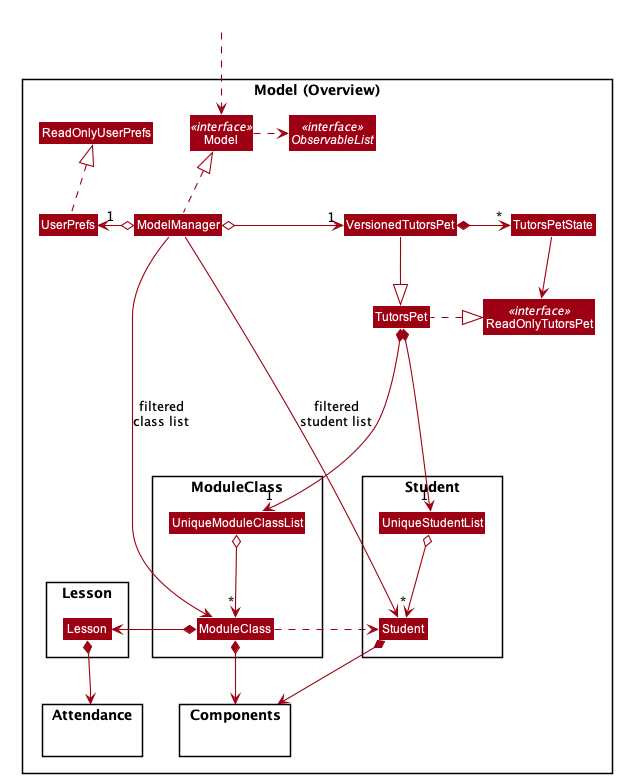
The PlantUML diagram docs/images/ModelClassDiagram.png in ypinhsuan/tp, before a commit.
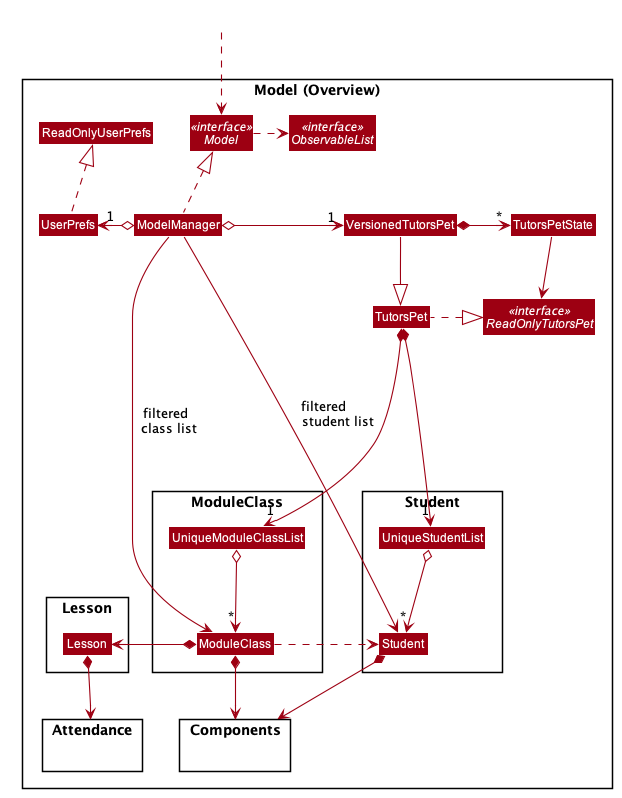
Later version of the same file.

What changed in the source:
```diff
@@ -52,13 +52,11 @@
 skinparam classBackgroundColor #9D0012
 
 Package "Model (Overview)" <<Rectangle>>{
-Interface ReadOnlyTutorsPet <<interface>>
+Interface "ReadOnlyTutorsPet" <<interface>>
 Interface Model <<interface>>
 Interface ObservableList <<interface>>
 Class TutorsPet
 Class VersionedTutorsPet
-Class ReadOnlyTutorsPet
-Class Model
 Class ModelManager
 Class UserPrefs
 Class ReadOnlyUserPrefs
@@ -113,7 +111,7 @@
 
 Attendance -[hidden]left-> Components
 
-ModelManager --> Student : filtered\nstudent list
-ModelManager --> ModuleClass : filtered\nclass list
+ModelManager --> Student : filtered       \nstudent list\n
+ModelManager --> ModuleClass : filtered\n  class list
 
 @enduml
```
